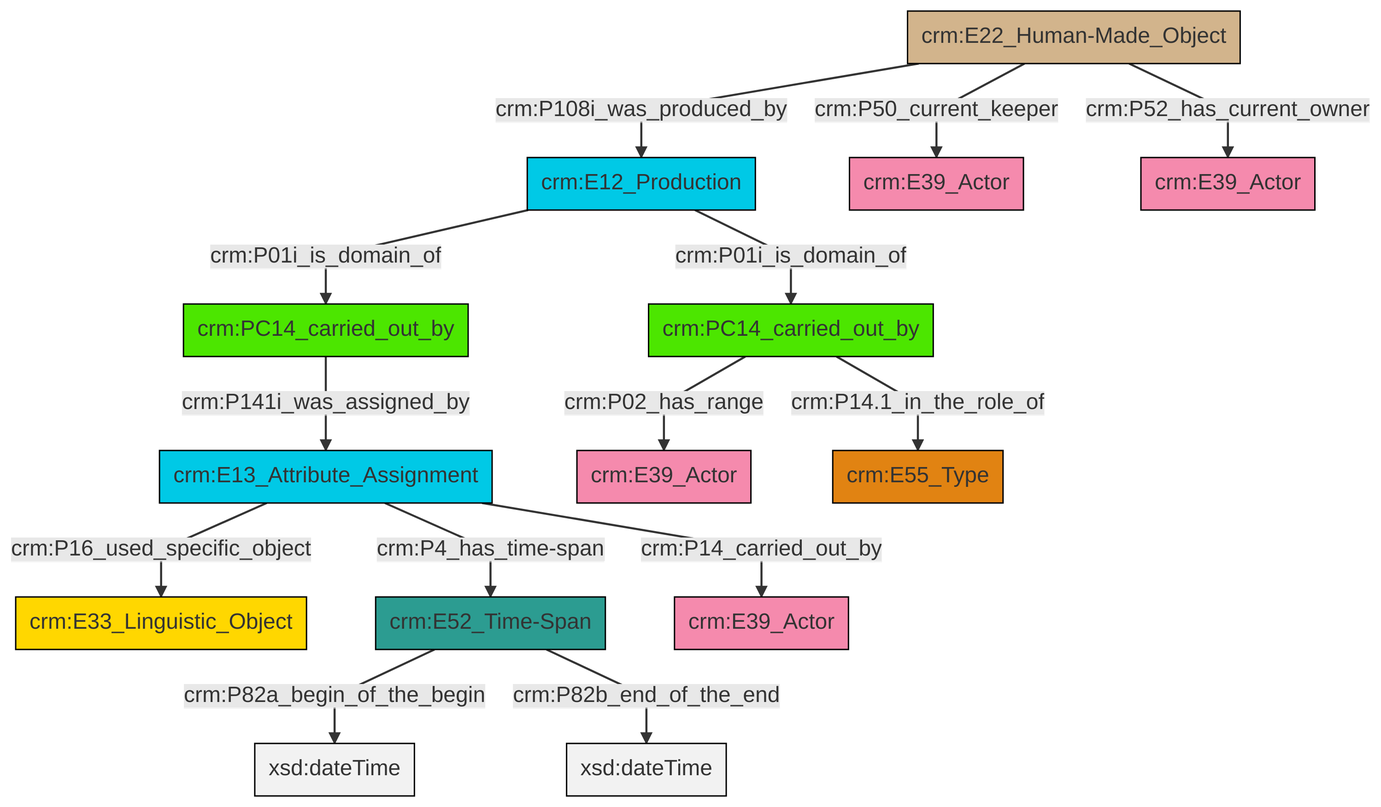
The Mermaid diagram et/carrierCSV/ttl/mmd/png/carrier_relations.png in swiss-art-research-net/docs.swissartresearch, before a commit. Its source is kept beside it as et/carrierCSV/ttl/mmd/carrier_relations.ttl.mmd.
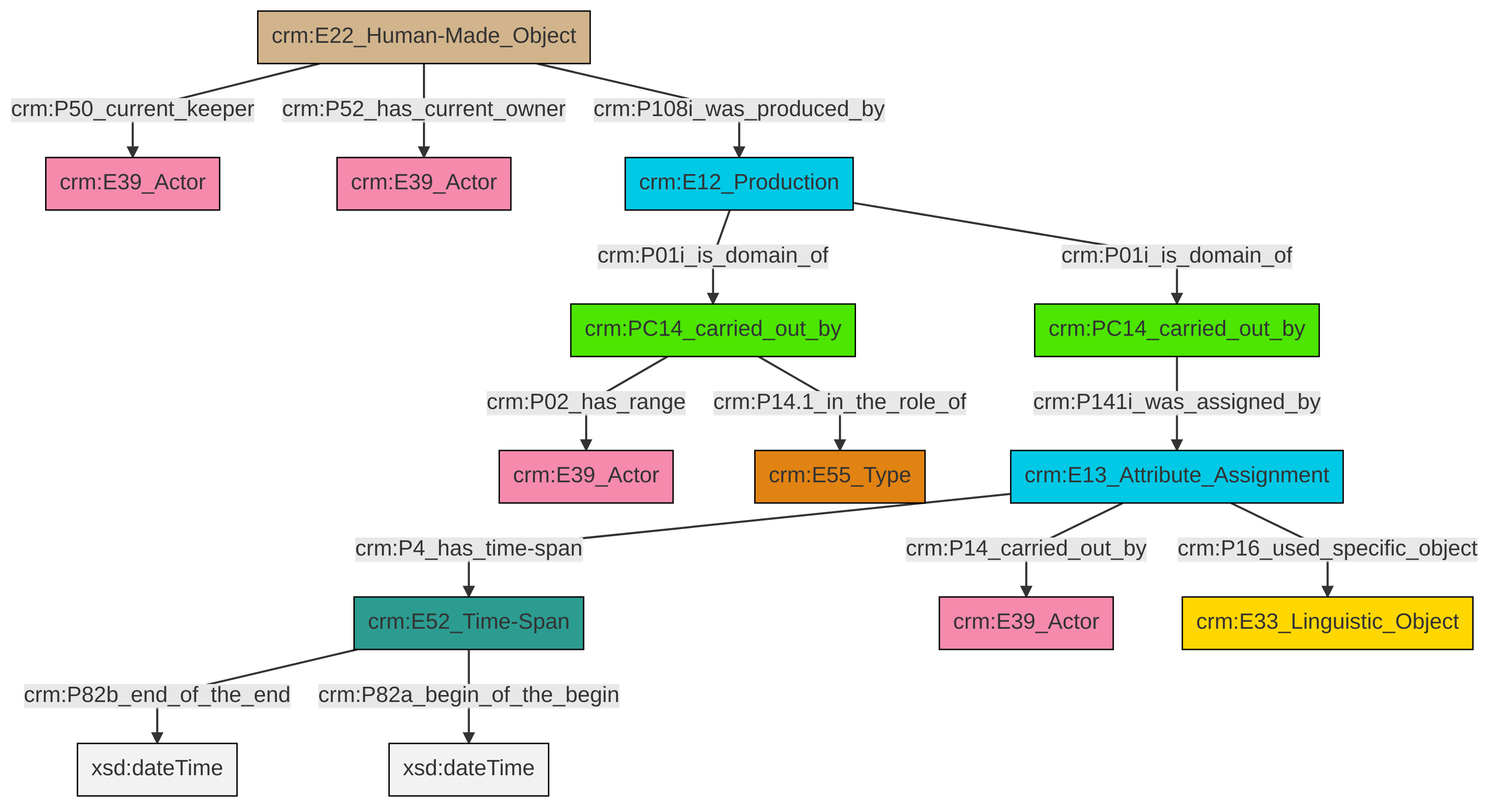
The same diagram one commit later.

Change to the diagram source:
```diff
@@ -13,16 +13,16 @@
 classDef PC_Classes fill:#4ce600, stroke:#000000;
 classDef Multi fill:#cccccc,stroke:#000000;
 
-0["crm:E12_Production"]:::Temporal_Entity -->|crm:P01i_is_domain_of| 1["crm:PC14_carried_out_by"]:::PC_Classes
-2["crm:E13_Attribute_Assignment"]:::Temporal_Entity -->|crm:P16_used_specific_object| 3["crm:E33_Linguistic_Object"]:::Conceptual_Object
-1["crm:PC14_carried_out_by"]:::PC_Classes -->|crm:P02_has_range| 4["crm:E39_Actor"]:::Actor
-0["crm:E12_Production"]:::Temporal_Entity -->|crm:P01i_is_domain_of| 5["crm:PC14_carried_out_by"]:::PC_Classes
-6["crm:E52_Time-Span"]:::Time-Span -->|crm:P82a_begin_of_the_begin| 7[xsd:dateTime]:::Literal
-5["crm:PC14_carried_out_by"]:::PC_Classes -->|crm:P141i_was_assigned_by| 2["crm:E13_Attribute_Assignment"]:::Temporal_Entity
-6["crm:E52_Time-Span"]:::Time-Span -->|crm:P82b_end_of_the_end| 8[xsd:dateTime]:::Literal
-2["crm:E13_Attribute_Assignment"]:::Temporal_Entity -->|crm:P14_carried_out_by| 11["crm:E39_Actor"]:::Actor
-18["crm:E22_Human-Made_Object"]:::Physical_Thing -->|crm:P52_has_current_owner| 12["crm:E39_Actor"]:::Actor
-2["crm:E13_Attribute_Assignment"]:::Temporal_Entity -->|crm:P4_has_time-span| 6["crm:E52_Time-Span"]:::Time-Span
-1["crm:PC14_carried_out_by"]:::PC_Classes -->|crm:P14.1_in_the_role_of| 15["crm:E55_Type"]:::Type
-18["crm:E22_Human-Made_Object"]:::Physical_Thing -->|crm:P50_current_keeper| 9["crm:E39_Actor"]:::Actor
-18["crm:E22_Human-Made_Object"]:::Physical_Thing -->|crm:P108i_was_produced_by| 0["crm:E12_Production"]:::Temporal_Entity
+0["crm:E52_Time-Span"]:::Time-Span -->|crm:P82b_end_of_the_end| 1[xsd:dateTime]:::Literal
+2["crm:PC14_carried_out_by"]:::PC_Classes -->|crm:P02_has_range| 3["crm:E39_Actor"]:::Actor
+7["crm:E22_Human-Made_Object"]:::Physical_Thing -->|crm:P50_current_keeper| 8["crm:E39_Actor"]:::Actor
+9["crm:PC14_carried_out_by"]:::PC_Classes -->|crm:P141i_was_assigned_by| 10["crm:E13_Attribute_Assignment"]:::Temporal_Entity
+10["crm:E13_Attribute_Assignment"]:::Temporal_Entity -->|crm:P14_carried_out_by| 11["crm:E39_Actor"]:::Actor
+10["crm:E13_Attribute_Assignment"]:::Temporal_Entity -->|crm:P4_has_time-span| 0["crm:E52_Time-Span"]:::Time-Span
+10["crm:E13_Attribute_Assignment"]:::Temporal_Entity -->|crm:P16_used_specific_object| 15["crm:E33_Linguistic_Object"]:::Conceptual_Object
+2["crm:PC14_carried_out_by"]:::PC_Classes -->|crm:P14.1_in_the_role_of| 4["crm:E55_Type"]:::Type
+7["crm:E22_Human-Made_Object"]:::Physical_Thing -->|crm:P52_has_current_owner| 16["crm:E39_Actor"]:::Actor
+7["crm:E22_Human-Made_Object"]:::Physical_Thing -->|crm:P108i_was_produced_by| 18["crm:E12_Production"]:::Temporal_Entity
+18["crm:E12_Production"]:::Temporal_Entity -->|crm:P01i_is_domain_of| 2["crm:PC14_carried_out_by"]:::PC_Classes
+18["crm:E12_Production"]:::Temporal_Entity -->|crm:P01i_is_domain_of| 9["crm:PC14_carried_out_by"]:::PC_Classes
+0["crm:E52_Time-Span"]:::Time-Span -->|crm:P82a_begin_of_the_begin| 25[xsd:dateTime]:::Literal
```
